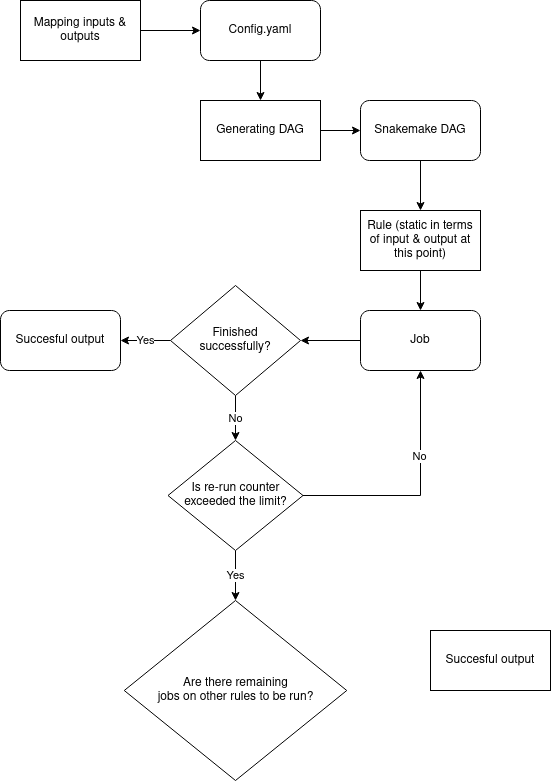
This is notes/architect.drawio.png from NMRL/Ardetype, a draw.io export, as it was before one commit. Source tidied: cells renumbered, new cells last; positions are measured from the earlier drawing's top-left corner, leaving out a move shared by most shapes.
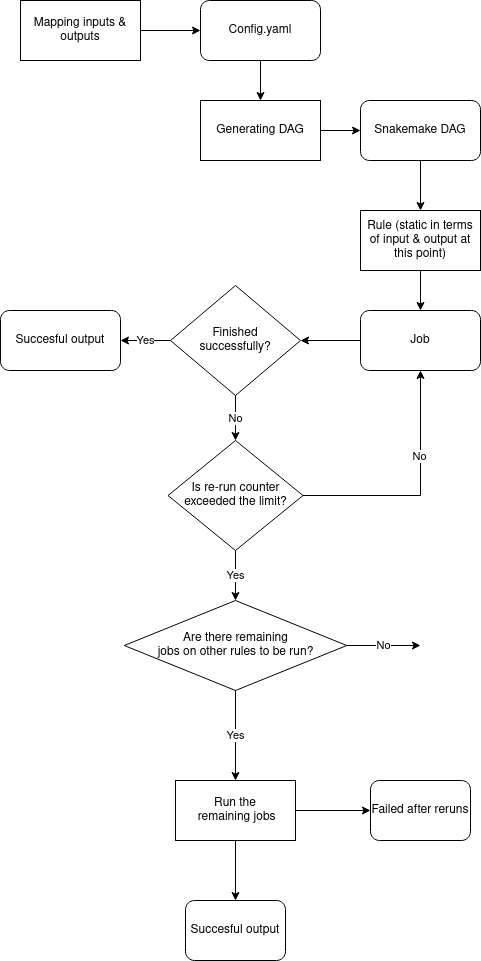
The same file after the commit.

Diff of the diagram source:
```diff
@@ -64,11 +64,41 @@
     <mxCell id="21" value="Is re-run counter exceeded the limit?" style="rhombus;whiteSpace=wrap;html=1;" parent="1" vertex="1">
       <mxGeometry x="167.5" y="440" width="135" height="110" as="geometry" />
     </mxCell>
+    <mxCell id="24" value="No" style="edgeStyle=orthogonalEdgeStyle;rounded=0;jettySize=auto;html=1;exitX=1;exitY=0.5;exitDx=0;exitDy=0;" parent="1" edge="1" source="22">
+      <mxGeometry relative="1" as="geometry">
+        <mxPoint x="420" y="645" as="targetPoint" />
+      </mxGeometry>
+    </mxCell>
+    <mxCell id="25" value="Yes" style="edgeStyle=orthogonalEdgeStyle;rounded=0;jettySize=auto;html=1;exitX=0.5;exitY=1;exitDx=0;exitDy=0;" parent="1" edge="1" source="22">
+      <mxGeometry relative="1" as="geometry">
+        <mxPoint x="235" y="780" as="targetPoint" />
+        <Array as="points">
+          <mxPoint x="235" y="730" />
+          <mxPoint x="235" y="730" />
+        </Array>
+      </mxGeometry>
+    </mxCell>
     <mxCell id="22" value="&lt;div&gt;Are there remaining &lt;br&gt;&lt;/div&gt;&lt;div&gt;jobs on other rules to be run?&lt;/div&gt;" style="rhombus;whiteSpace=wrap;html=1;" parent="1" vertex="1">
-      <mxGeometry x="123.8" y="600" width="222.5" height="180" as="geometry" />
+      <mxGeometry x="123.8" y="600" width="222.5" height="90" as="geometry" />
     </mxCell>
+    <mxCell id="26" style="edgeStyle=orthogonalEdgeStyle;rounded=0;jettySize=auto;html=1;exitX=1;exitY=0.5;exitDx=0;exitDy=0;" parent="1" edge="1" source="28">
+      <mxGeometry relative="1" as="geometry">
+        <mxPoint x="370" y="810" as="targetPoint" />
+      </mxGeometry>
+    </mxCell>
+    <mxCell id="27" style="edgeStyle=orthogonalEdgeStyle;rounded=0;jettySize=auto;html=1;exitX=0.5;exitY=1;exitDx=0;exitDy=0;" parent="1" edge="1" source="28">
+      <mxGeometry relative="1" as="geometry">
+        <mxPoint x="235" y="900" as="targetPoint" />
+      </mxGeometry>
+    </mxCell>
+    <mxCell id="28" value="&lt;div&gt;Run the&lt;/div&gt;&lt;div&gt;&amp;nbsp;remaining jobs&lt;/div&gt;" style="rounded=0;whiteSpace=wrap;html=1;" parent="1" vertex="1">
+      <mxGeometry x="175" y="780" width="120" height="60" as="geometry" />
+    </mxCell>
+    <mxCell id="29" value="Failed after reruns " style="rounded=1;whiteSpace=wrap;html=1;" parent="1" vertex="1">
+      <mxGeometry x="370" y="780" width="100" height="60" as="geometry" />
+    </mxCell>
-    <mxCell id="23" value="Succesful output" style="rounded=0;whiteSpace=wrap;html=1;" parent="1" vertex="1">
-      <mxGeometry x="430" y="630" width="120" height="60" as="geometry" />
+    <mxCell id="23" value="Succesful output" style="rounded=1;whiteSpace=wrap;html=1;" parent="1" vertex="1">
+      <mxGeometry x="185" y="900" width="100" height="60" as="geometry" />
     </mxCell>
   </root>
 </mxGraphModel>
```
